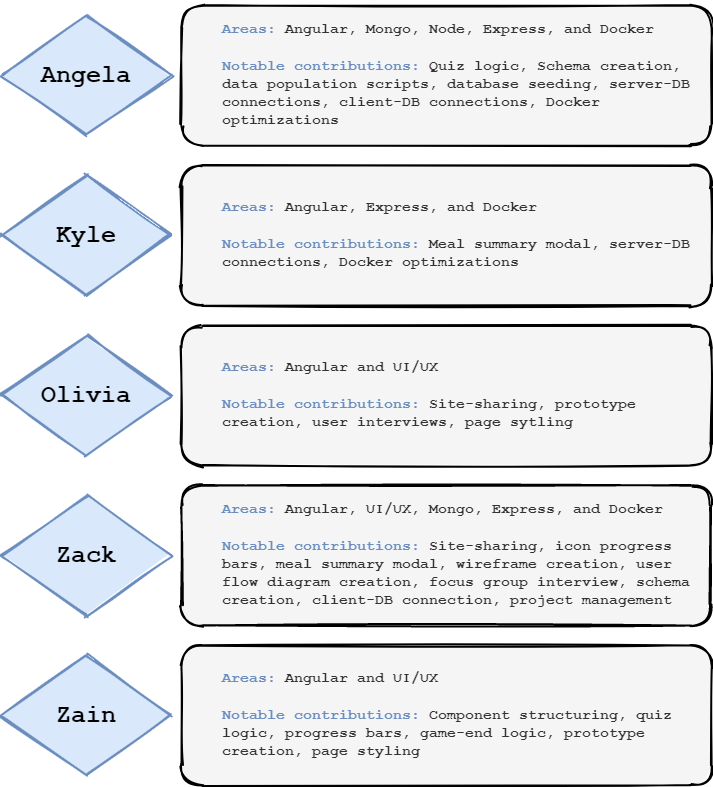
This is SprintsAndProjectManagement/TeamRoles.png from kesteckb/COMSM-SEGP, a draw.io export, as it was before one commit. Source tidied: cells renumbered, new cells last; positions are measured from the earlier drawing's top-left corner, leaving out a move shared by most shapes.
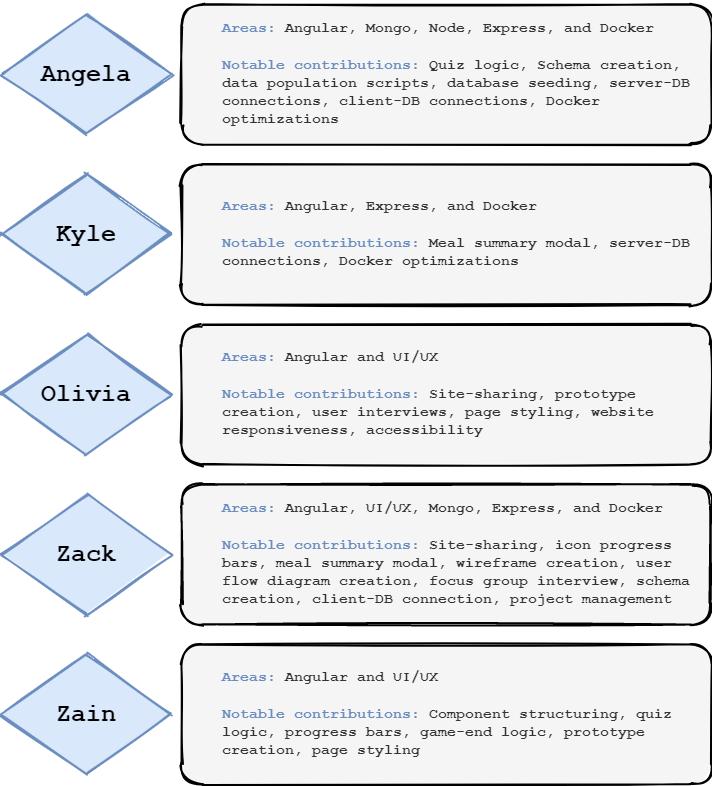
The same diagram one commit later.

Diff of the diagram source:
```diff
@@ -26,7 +26,7 @@
     <mxCell id="9" value="Olivia" style="rhombus;whiteSpace=wrap;html=1;strokeWidth=2;fillWeight=-1;hachureGap=8;fillStyle=solid;fillColor=#dae8fc;sketch=1;strokeColor=#6c8ebf;fontFamily=Courier New;fontSize=25;fontStyle=1;" parent="8" vertex="1">
       <mxGeometry y="10" width="170" height="120" as="geometry" />
     </mxCell>
-    <mxCell id="10" value="&lt;blockquote style=&quot;margin: 0 0 0 40px ; border: none ; padding: 0px&quot;&gt;&lt;h4 style=&quot;text-align: left ; font-size: 15px&quot;&gt;&lt;span style=&quot;background-color: transparent&quot;&gt;&lt;b&gt;&lt;font color=&quot;#6c8ebf&quot;&gt;Areas:&lt;/font&gt;&lt;/b&gt; Angular and UI/UX&amp;nbsp;&lt;/span&gt;&lt;/h4&gt;&lt;/blockquote&gt;&lt;blockquote style=&quot;margin: 0 0 0 40px ; border: none ; padding: 0px&quot;&gt;&lt;h4 style=&quot;text-align: left ; font-size: 15px&quot;&gt;&lt;span style=&quot;background-color: transparent&quot;&gt;&lt;b&gt;&lt;font color=&quot;#6c8ebf&quot;&gt;Notable contributions:&lt;/font&gt;&lt;/b&gt;&amp;nbsp;Site-sharing, prototype creation, user interviews, page sytling&lt;/span&gt;&lt;/h4&gt;&lt;/blockquote&gt;" style="rounded=1;whiteSpace=wrap;html=1;strokeWidth=2;fillWeight=4;hachureGap=8;hachureAngle=45;sketch=1;fontFamily=Courier New;fontSize=25;fillStyle=solid;fillColor=#f5f5f5;fontColor=#333333;" parent="8" vertex="1">
+    <mxCell id="10" value="&lt;blockquote style=&quot;margin: 0 0 0 40px ; border: none ; padding: 0px&quot;&gt;&lt;h4 style=&quot;text-align: left ; font-size: 15px&quot;&gt;&lt;span style=&quot;background-color: transparent&quot;&gt;&lt;b&gt;&lt;font color=&quot;#6c8ebf&quot;&gt;Areas:&lt;/font&gt;&lt;/b&gt; Angular and UI/UX&amp;nbsp;&lt;/span&gt;&lt;/h4&gt;&lt;/blockquote&gt;&lt;blockquote style=&quot;margin: 0 0 0 40px ; border: none ; padding: 0px&quot;&gt;&lt;h4 style=&quot;text-align: left ; font-size: 15px&quot;&gt;&lt;span style=&quot;background-color: transparent&quot;&gt;&lt;b&gt;&lt;font color=&quot;#6c8ebf&quot;&gt;Notable contributions:&lt;/font&gt;&lt;/b&gt;&amp;nbsp;Site-sharing, prototype creation, user interviews, page styling, website responsiveness, accessibility&lt;/span&gt;&lt;/h4&gt;&lt;/blockquote&gt;" style="rounded=1;whiteSpace=wrap;html=1;strokeWidth=2;fillWeight=4;hachureGap=8;hachureAngle=45;sketch=1;fontFamily=Courier New;fontSize=25;fillStyle=solid;fillColor=#f5f5f5;fontColor=#333333;" parent="8" vertex="1">
       <mxGeometry x="180" width="530" height="140" as="geometry" />
     </mxCell>
     <mxCell id="11" style="group;" parent="1" vertex="1">
```
